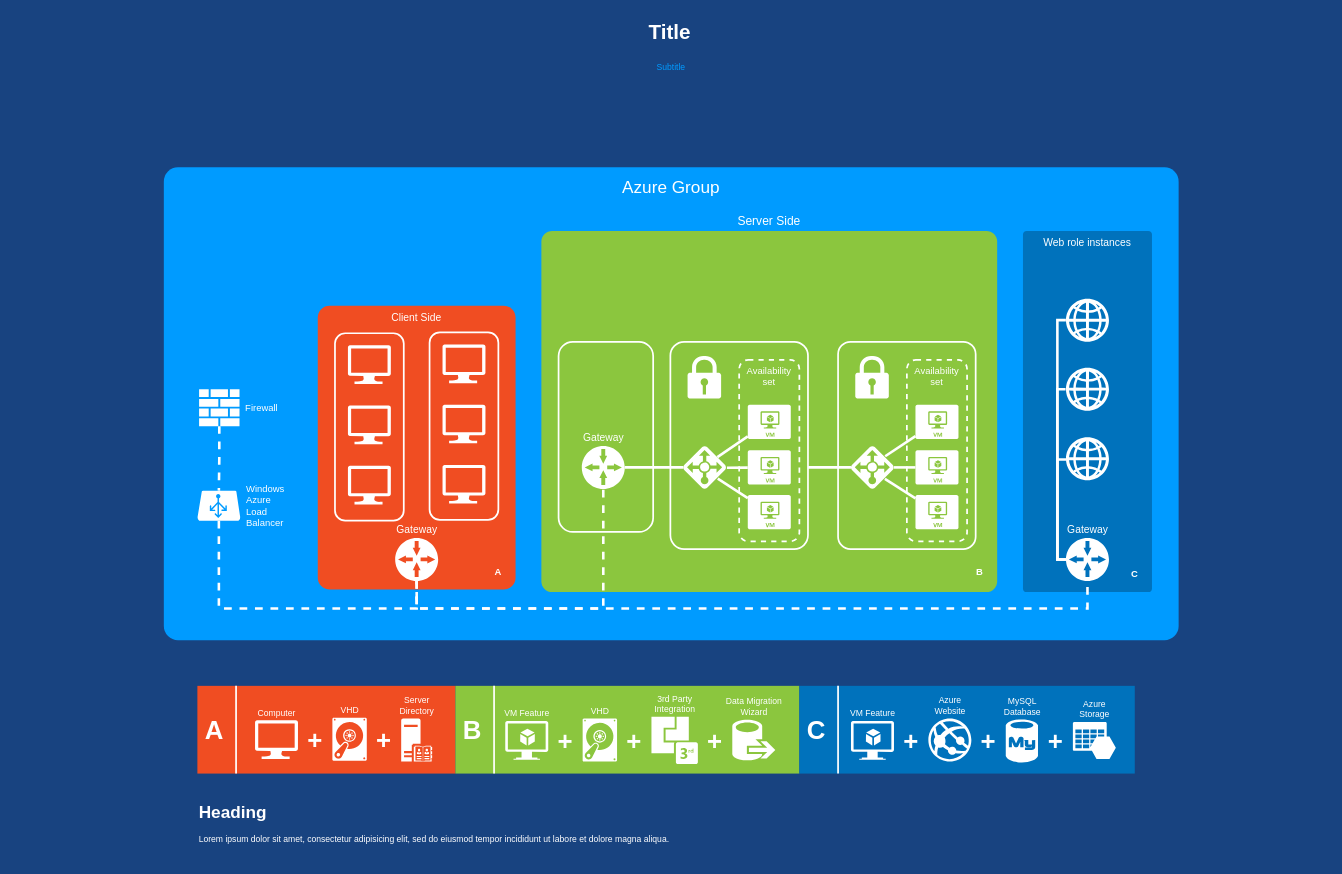
Above: JCB.drawio in superavesh/Diagrams (draw.io), before the change. Source tidied: cells renumbered, new cells numbered last; positions are measured from the earlier drawing's top-left corner, leaving out a move shared by most shapes. Both pictures are drawn from the tidied source at 86%, with x=0, y=0 at pixel (15, 15). Pictures stored in the file or linked from it are replaced by grey dashed boxes.
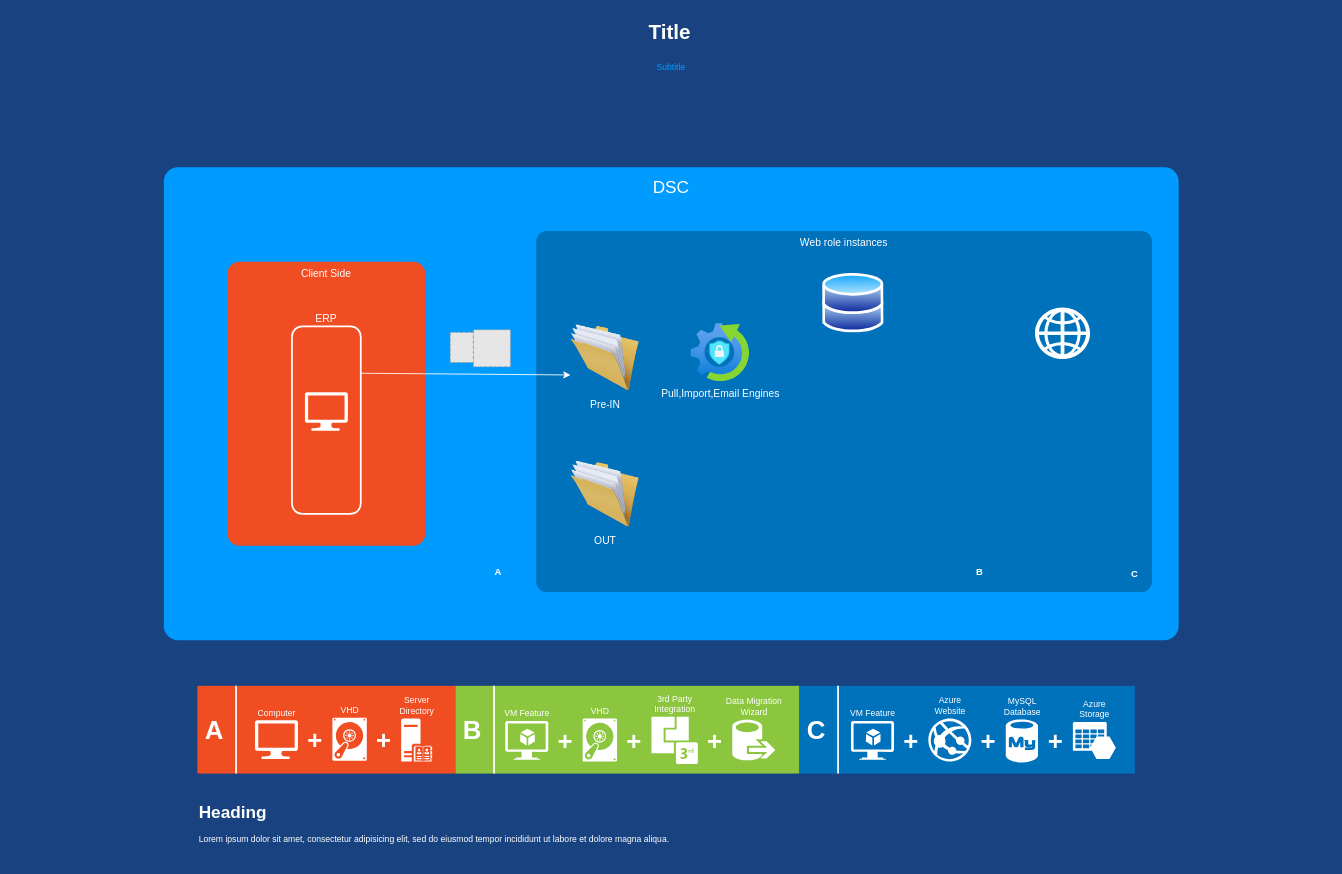
The same page after the edit.

What changed in the source:
```diff
@@
-    <mxCell id="2" value="Azure Group" style="whiteSpace=wrap;html=1;rounded=1;shadow=0;strokeColor=none;strokeWidth=2;fillColor=#009BFF;fontSize=20;fontColor=#FFFFFF;align=center;arcSize=3;verticalAlign=top;spacingTop=4;" parent="1" vertex="1">
+    <mxCell id="2" value="DSC" style="whiteSpace=wrap;html=1;rounded=1;shadow=0;strokeColor=none;strokeWidth=2;fillColor=#009BFF;fontSize=20;fontColor=#FFFFFF;align=center;arcSize=3;verticalAlign=top;spacingTop=4;" parent="1" vertex="1">
       <mxGeometry x="173" y="177" width="1180" height="550" as="geometry" />
     </mxCell>
     <mxCell id="3" value="Web role instances" style="rounded=1;whiteSpace=wrap;html=1;shadow=0;strokeWidth=2;fillColor=#0072BC;fontSize=12;fontColor=#FFFFFF;align=center;strokeColor=none;arcSize=3;verticalAlign=top;" parent="1" vertex="1">
-      <mxGeometry x="1172" y="251" width="150" height="420" as="geometry" />
+      <mxGeometry x="606" y="251" width="716" height="420" as="geometry" />
     </mxCell>
-    <mxCell id="4" value="Server Side" style="rounded=1;whiteSpace=wrap;html=1;shadow=0;strokeWidth=2;fillColor=#8BC63E;fontSize=14;fontColor=#ffffff;align=center;strokeColor=none;arcSize=3;labelPosition=center;verticalLabelPosition=top;verticalAlign=bottom;labelBackgroundColor=none;" parent="1" vertex="1">
-      <mxGeometry x="612" y="251" width="530" height="420" as="geometry" />
-    </mxCell>
-    <mxCell id="5" style="rounded=1;whiteSpace=wrap;html=1;shadow=0;strokeWidth=2;fillColor=none;fontSize=12;fontColor=#000000;align=center;strokeColor=#FFFFFF;arcSize=10;" parent="1" vertex="1">
-      <mxGeometry x="762" y="380" width="160" height="241" as="geometry" />
-    </mxCell>
-    <mxCell id="6" value="Availability set" style="rounded=1;whiteSpace=wrap;html=1;shadow=0;strokeWidth=2;fillColor=none;fontSize=11;fontColor=#FFFFFF;align=center;strokeColor=#FFFFFF;dashed=1;verticalAlign=top;" parent="1" vertex="1">
-      <mxGeometry x="842" y="401" width="70" height="211" as="geometry" />
-    </mxCell>
     <mxCell id="7" value="Client Side" style="rounded=1;whiteSpace=wrap;html=1;shadow=0;strokeWidth=2;fillColor=#F04D22;fontSize=12;fontColor=#FFFFFF;align=center;strokeColor=none;arcSize=6;verticalAlign=top;" parent="1" vertex="1">
-      <mxGeometry x="352" y="338" width="230" height="330" as="geometry" />
+      <mxGeometry x="247" y="287" width="230" height="330" as="geometry" />
     </mxCell>
-    <mxCell id="8" style="rounded=1;whiteSpace=wrap;html=1;shadow=0;strokeWidth=2;fillColor=none;fontSize=12;fontColor=#000000;align=center;strokeColor=#FFFFFF;" parent="1" vertex="1">
-      <mxGeometry x="372" y="370" width="80" height="218" as="geometry" />
-    </mxCell>
-    <mxCell id="9" style="rounded=1;whiteSpace=wrap;html=1;shadow=0;strokeWidth=2;fillColor=none;fontSize=12;fontColor=#000000;align=center;strokeColor=#FFFFFF;" parent="1" vertex="1">
-      <mxGeometry x="632" y="380" width="110" height="221" as="geometry" />
-    </mxCell>
-    <mxCell id="10" style="verticalLabelPosition=bottom;html=1;verticalAlign=top;strokeColor=none;fillColor=#FFFFFF;shape=mxgraph.azure.computer;rounded=0;shadow=0;fontSize=12;fontColor=#000000;align=center;" parent="1" vertex="1">
-      <mxGeometry x="387" y="384" width="50" height="45" as="geometry" />
-    </mxCell>
-    <mxCell id="11" style="verticalLabelPosition=bottom;html=1;verticalAlign=top;strokeColor=none;fillColor=#FFFFFF;shape=mxgraph.azure.computer;rounded=0;shadow=0;fontSize=12;fontColor=#000000;align=center;" parent="1" vertex="1">
-      <mxGeometry x="387" y="454" width="50" height="45" as="geometry" />
-    </mxCell>
-    <mxCell id="12" style="verticalLabelPosition=bottom;html=1;verticalAlign=top;strokeColor=none;fillColor=#FFFFFF;shape=mxgraph.azure.computer;rounded=0;shadow=0;fontSize=12;fontColor=#000000;align=center;" parent="1" vertex="1">
-      <mxGeometry x="387" y="524" width="50" height="45" as="geometry" />
-    </mxCell>
-    <mxCell id="13" style="html=1;startArrow=none;startFill=0;startSize=10;endArrow=none;endFill=0;endSize=10;strokeWidth=3;fontSize=11;fontColor=#FFFFFF;strokeColor=#FFFFFF;rounded=0;" parent="1" edge="1" source="14" target="16">
-      <mxGeometry relative="1" as="geometry" />
-    </mxCell>
-    <mxCell id="14" value="Gateway" style="shadow=0;dashed=0;html=1;strokeColor=none;shape=mxgraph.mscae.enterprise.gateway;fillColor=#FFFFFF;rounded=0;fontSize=12;fontColor=#FFFFFF;align=center;labelPosition=center;verticalLabelPosition=top;verticalAlign=bottom;" parent="1" vertex="1">
-      <mxGeometry x="659" y="501" width="50" height="50" as="geometry" />
-    </mxCell>
-    <mxCell id="15" style="shadow=0;dashed=0;html=1;strokeColor=none;shape=mxgraph.mscae.enterprise.lock;fillColor=#FFFFFF;rounded=0;fontSize=12;fontColor=#000000;align=center;" parent="1" vertex="1">
-      <mxGeometry x="782" y="396" width="39" height="50" as="geometry" />
-    </mxCell>
-    <mxCell id="16" style="shadow=0;dashed=0;html=1;strokeColor=none;labelPosition=center;verticalLabelPosition=bottom;verticalAlign=top;shape=mxgraph.mscae.cloud.azure_load_balancer_feature;fillColor=#FFFFFF;rounded=1;fontSize=12;fontColor=#000000;align=center;" parent="1" vertex="1">
-      <mxGeometry x="777" y="501" width="50" height="50" as="geometry" />
-    </mxCell>
-    <mxCell id="17" style="html=1;startArrow=none;startFill=0;startSize=10;endArrow=none;endFill=0;endSize=10;strokeWidth=3;fontSize=11;fontColor=#FFFFFF;entryX=0.793;entryY=0.26;entryPerimeter=0;strokeColor=#FFFFFF;rounded=0;" parent="1" edge="1" source="18" target="16">
-      <mxGeometry relative="1" as="geometry" />
-    </mxCell>
-    <mxCell id="18" style="verticalLabelPosition=bottom;html=1;verticalAlign=top;strokeColor=none;fillColor=#FFFFFF;shape=mxgraph.azure.virtual_machine;rounded=1;shadow=0;fontSize=12;fontColor=#000000;align=center;" parent="1" vertex="1">
-      <mxGeometry x="852" y="453" width="50" height="40" as="geometry" />
-    </mxCell>
-    <mxCell id="19" style="html=1;entryX=1.016;entryY=0.509;entryPerimeter=0;startArrow=none;startFill=0;startSize=10;endArrow=none;endFill=0;endSize=10;strokeWidth=3;fontSize=11;fontColor=#FFFFFF;strokeColor=#FFFFFF;rounded=0;" parent="1" edge="1" source="20" target="16">
-      <mxGeometry relative="1" as="geometry" />
-    </mxCell>
-    <mxCell id="20" style="verticalLabelPosition=bottom;html=1;verticalAlign=top;strokeColor=none;fillColor=#FFFFFF;shape=mxgraph.azure.virtual_machine;rounded=1;shadow=0;fontSize=12;fontColor=#000000;align=center;" parent="1" vertex="1">
-      <mxGeometry x="852" y="506" width="50" height="40" as="geometry" />
-    </mxCell>
-    <mxCell id="21" style="html=1;entryX=0.802;entryY=0.762;entryPerimeter=0;startArrow=none;startFill=0;startSize=10;endArrow=none;endFill=0;endSize=10;strokeWidth=3;fontSize=11;fontColor=#FFFFFF;strokeColor=#FFFFFF;rounded=0;" parent="1" edge="1" source="22" target="16">
-      <mxGeometry relative="1" as="geometry" />
-    </mxCell>
-    <mxCell id="22" style="verticalLabelPosition=bottom;html=1;verticalAlign=top;strokeColor=none;fillColor=#FFFFFF;shape=mxgraph.azure.virtual_machine;rounded=1;shadow=0;fontSize=12;fontColor=#000000;align=center;" parent="1" vertex="1">
-      <mxGeometry x="852" y="558" width="50" height="40" as="geometry" />
-    </mxCell>
-    <mxCell id="23" style="rounded=1;whiteSpace=wrap;html=1;shadow=0;strokeWidth=2;fillColor=none;fontSize=12;fontColor=#000000;align=center;strokeColor=#FFFFFF;" parent="1" vertex="1">
-      <mxGeometry x="482" y="369" width="80" height="218" as="geometry" />
+    <mxCell id="23" value="ERP" style="rounded=1;whiteSpace=wrap;html=1;shadow=0;strokeWidth=2;fillColor=none;fontSize=12;fontColor=#ffffff;align=center;strokeColor=#FFFFFF;labelPosition=center;verticalLabelPosition=top;verticalAlign=bottom;" parent="1" vertex="1">
+      <mxGeometry x="322" y="362" width="80" height="218" as="geometry" />
     </mxCell>
     <mxCell id="24" style="verticalLabelPosition=bottom;html=1;verticalAlign=top;strokeColor=none;fillColor=#FFFFFF;shape=mxgraph.azure.computer;rounded=0;shadow=0;fontSize=12;fontColor=#000000;align=center;" parent="1" vertex="1">
-      <mxGeometry x="497" y="383" width="50" height="45" as="geometry" />
+      <mxGeometry x="337" y="438.5" width="50" height="45" as="geometry" />
     </mxCell>
-    <mxCell id="25" style="verticalLabelPosition=bottom;html=1;verticalAlign=top;strokeColor=none;fillColor=#FFFFFF;shape=mxgraph.azure.computer;rounded=0;shadow=0;fontSize=12;fontColor=#000000;align=center;" parent="1" vertex="1">
-      <mxGeometry x="497" y="453" width="50" height="45" as="geometry" />
-    </mxCell>
-    <mxCell id="26" style="verticalLabelPosition=bottom;html=1;verticalAlign=top;strokeColor=none;fillColor=#FFFFFF;shape=mxgraph.azure.computer;rounded=0;shadow=0;fontSize=12;fontColor=#000000;align=center;" parent="1" vertex="1">
-      <mxGeometry x="497" y="523" width="50" height="45" as="geometry" />
-    </mxCell>
-    <mxCell id="27" style="edgeStyle=orthogonalEdgeStyle;html=1;startArrow=none;startFill=0;startSize=10;endArrow=none;endFill=0;endSize=10;strokeWidth=3;fontSize=11;fontColor=#FFFFFF;strokeColor=#FFFFFF;dashed=1;rounded=0;" parent="1" edge="1" source="28" target="14">
-      <mxGeometry relative="1" as="geometry">
-        <Array as="points">
-          <mxPoint x="467" y="690" />
-          <mxPoint x="684" y="690" />
-        </Array>
-      </mxGeometry>
-    </mxCell>
-    <mxCell id="28" value="Gateway" style="shadow=0;dashed=0;html=1;strokeColor=none;shape=mxgraph.mscae.enterprise.gateway;fillColor=#FFFFFF;rounded=0;fontSize=12;fontColor=#FFFFFF;align=center;labelPosition=center;verticalLabelPosition=top;verticalAlign=bottom;" parent="1" vertex="1">
-      <mxGeometry x="442" y="608" width="50" height="50" as="geometry" />
-    </mxCell>
-    <mxCell id="29" style="rounded=1;whiteSpace=wrap;html=1;shadow=0;strokeWidth=2;fillColor=none;fontSize=12;fontColor=#000000;align=center;strokeColor=#FFFFFF;arcSize=9;" parent="1" vertex="1">
-      <mxGeometry x="957" y="380" width="160" height="241" as="geometry" />
-    </mxCell>
-    <mxCell id="30" value="&lt;span&gt;Availability set&lt;/span&gt;" style="rounded=1;whiteSpace=wrap;html=1;shadow=0;strokeWidth=2;fillColor=none;fontSize=11;fontColor=#FFFFFF;align=center;strokeColor=#FFFFFF;dashed=1;verticalAlign=top;" parent="1" vertex="1">
-      <mxGeometry x="1037" y="401" width="70" height="211" as="geometry" />
-    </mxCell>
-    <mxCell id="31" style="shadow=0;dashed=0;html=1;strokeColor=none;shape=mxgraph.mscae.enterprise.lock;fillColor=#FFFFFF;rounded=0;fontSize=12;fontColor=#000000;align=center;" parent="1" vertex="1">
-      <mxGeometry x="977" y="396" width="39" height="50" as="geometry" />
-    </mxCell>
-    <mxCell id="32" style="html=1;startArrow=none;startFill=0;startSize=10;endArrow=none;endFill=0;endSize=10;strokeWidth=3;fontSize=11;fontColor=#FFFFFF;strokeColor=#FFFFFF;rounded=0;edgeStyle=elbowEdgeStyle;elbow=vertical;" parent="1" edge="1" source="36" target="5">
-      <mxGeometry relative="1" as="geometry" />
-    </mxCell>
-    <mxCell id="33" style="edgeStyle=orthogonalEdgeStyle;html=1;startArrow=none;startFill=0;startSize=10;endArrow=none;endFill=0;endSize=10;strokeWidth=3;fontSize=11;fontColor=#FFFFFF;strokeColor=#FFFFFF;rounded=0;" parent="1" edge="1" source="36" target="38">
-      <mxGeometry relative="1" as="geometry" />
-    </mxCell>
-    <mxCell id="34" style="html=1;startArrow=none;startFill=0;startSize=10;endArrow=none;endFill=0;endSize=10;strokeWidth=3;fontSize=11;fontColor=#FFFFFF;strokeColor=#FFFFFF;rounded=0;exitX=0.796;exitY=0.241;exitPerimeter=0;" parent="1" edge="1" source="36" target="37">
-      <mxGeometry relative="1" as="geometry" />
-    </mxCell>
-    <mxCell id="35" style="html=1;startArrow=none;startFill=0;startSize=10;endArrow=none;endFill=0;endSize=10;strokeWidth=3;fontSize=11;fontColor=#FFFFFF;strokeColor=#FFFFFF;rounded=0;exitX=0.789;exitY=0.767;exitPerimeter=0;" parent="1" edge="1" source="36" target="39">
-      <mxGeometry relative="1" as="geometry" />
-    </mxCell>
-    <mxCell id="36" style="shadow=0;dashed=0;html=1;strokeColor=none;labelPosition=center;verticalLabelPosition=bottom;verticalAlign=top;shape=mxgraph.mscae.cloud.azure_load_balancer_feature;fillColor=#FFFFFF;rounded=1;fontSize=12;fontColor=#000000;align=center;" parent="1" vertex="1">
-      <mxGeometry x="972" y="501" width="50" height="50" as="geometry" />
-    </mxCell>
-    <mxCell id="37" style="verticalLabelPosition=bottom;html=1;verticalAlign=top;strokeColor=none;fillColor=#FFFFFF;shape=mxgraph.azure.virtual_machine;rounded=1;shadow=0;fontSize=12;fontColor=#000000;align=center;" parent="1" vertex="1">
-      <mxGeometry x="1047" y="453" width="50" height="40" as="geometry" />
-    </mxCell>
-    <mxCell id="38" style="verticalLabelPosition=bottom;html=1;verticalAlign=top;strokeColor=none;fillColor=#FFFFFF;shape=mxgraph.azure.virtual_machine;rounded=1;shadow=0;fontSize=12;fontColor=#000000;align=center;" parent="1" vertex="1">
-      <mxGeometry x="1047" y="506" width="50" height="40" as="geometry" />
-    </mxCell>
-    <mxCell id="39" style="verticalLabelPosition=bottom;html=1;verticalAlign=top;strokeColor=none;fillColor=#FFFFFF;shape=mxgraph.azure.virtual_machine;rounded=1;shadow=0;fontSize=12;fontColor=#000000;align=center;" parent="1" vertex="1">
-      <mxGeometry x="1047" y="558" width="50" height="40" as="geometry" />
-    </mxCell>
-    <mxCell id="40" style="edgeStyle=orthogonalEdgeStyle;html=1;startArrow=none;startFill=0;startSize=10;endArrow=none;endFill=0;endSize=10;strokeWidth=3;fontSize=11;fontColor=#FFFFFF;strokeColor=#FFFFFF;dashed=1;rounded=0;" parent="1" edge="1" source="41" target="44">
-      <mxGeometry relative="1" as="geometry" />
-    </mxCell>
-    <mxCell id="41" value="Firewall" style="shadow=0;dashed=0;html=1;strokeColor=none;labelPosition=right;verticalLabelPosition=middle;verticalAlign=middle;shape=mxgraph.office.concepts.firewall;fillColor=#FFFFFF;rounded=1;fontSize=11;fontColor=#FFFFFF;align=left;spacingLeft=5;" parent="1" vertex="1">
-      <mxGeometry x="214" y="435" width="47" height="43" as="geometry" />
-    </mxCell>
-    <mxCell id="42" style="edgeStyle=orthogonalEdgeStyle;html=1;startArrow=none;startFill=0;startSize=10;endArrow=none;endFill=0;endSize=10;strokeWidth=3;fontSize=11;fontColor=#FFFFFF;strokeColor=#FFFFFF;dashed=1;rounded=0;" parent="1" edge="1" source="28" target="50">
-      <mxGeometry relative="1" as="geometry">
-        <Array as="points">
-          <mxPoint x="467" y="690" />
-          <mxPoint x="1247" y="690" />
-        </Array>
-      </mxGeometry>
-    </mxCell>
-    <mxCell id="43" style="edgeStyle=orthogonalEdgeStyle;html=1;startArrow=none;startFill=0;startSize=10;endArrow=none;endFill=0;endSize=10;strokeWidth=3;fontSize=11;fontColor=#FFFFFF;strokeColor=#FFFFFF;dashed=1;rounded=0;" parent="1" edge="1" source="44" target="28">
-      <mxGeometry relative="1" as="geometry">
-        <Array as="points">
-          <mxPoint x="237" y="690" />
-          <mxPoint x="467" y="690" />
-        </Array>
-      </mxGeometry>
-    </mxCell>
-    <mxCell id="44" value="Windows&lt;div&gt;Azure&lt;/div&gt;&lt;div&gt;Load&lt;/div&gt;&lt;div&gt;Balancer&lt;/div&gt;" style="verticalLabelPosition=middle;html=1;verticalAlign=middle;strokeColor=none;fillColor=#FFFFFF;shape=mxgraph.azure.azure_load_balancer;rounded=1;shadow=0;dashed=1;fontSize=11;fontColor=#FFFFFF;align=left;labelPosition=right;spacingLeft=5;" parent="1" vertex="1">
-      <mxGeometry x="212" y="553" width="50" height="35" as="geometry" />
-    </mxCell>
-    <mxCell id="45" style="shadow=0;dashed=0;html=1;strokeColor=none;shape=mxgraph.mscae.enterprise.web;fillColor=#FFFFFF;rounded=1;fontSize=11;fontColor=#FFFFFF;align=center;" parent="1" vertex="1">
-      <mxGeometry x="1222" y="491" width="50" height="50" as="geometry" />
-    </mxCell>
-    <mxCell id="46" style="shadow=0;dashed=0;html=1;strokeColor=none;shape=mxgraph.mscae.enterprise.web;fillColor=#FFFFFF;rounded=1;fontSize=11;fontColor=#FFFFFF;align=center;" parent="1" vertex="1">
-      <mxGeometry x="1222" y="410" width="50" height="50" as="geometry" />
-    </mxCell>
     <mxCell id="47" style="shadow=0;dashed=0;html=1;strokeColor=none;shape=mxgraph.mscae.enterprise.web;fillColor=#FFFFFF;rounded=1;fontSize=11;fontColor=#FFFFFF;align=center;" parent="1" vertex="1">
-      <mxGeometry x="1222" y="330" width="50" height="50" as="geometry" />
+      <mxGeometry x="1186" y="340" width="64" height="60" as="geometry" />
     </mxCell>
-    <mxCell id="48" style="edgeStyle=orthogonalEdgeStyle;rounded=0;elbow=vertical;html=1;startArrow=none;startFill=0;startSize=10;endArrow=none;endFill=0;endSize=10;strokeColor=#FFFFFF;strokeWidth=3;fontSize=20;fontColor=#FFFFFF;entryX=0.004;entryY=0.516;entryPerimeter=0;" parent="1" edge="1" source="50" target="45">
-      <mxGeometry relative="1" as="geometry">
-        <Array as="points">
-          <mxPoint x="1212" y="633" />
-          <mxPoint x="1212" y="517" />
-        </Array>
-      </mxGeometry>
-    </mxCell>
-    <mxCell id="49" style="edgeStyle=orthogonalEdgeStyle;rounded=0;elbow=vertical;html=1;entryX=-0.002;entryY=0.494;entryPerimeter=0;startArrow=none;startFill=0;startSize=10;endArrow=none;endFill=0;endSize=10;strokeColor=#FFFFFF;strokeWidth=3;fontSize=20;fontColor=#FFFFFF;" parent="1" edge="1" source="50" target="47">
-      <mxGeometry relative="1" as="geometry">
-        <Array as="points">
-          <mxPoint x="1212" y="633" />
-          <mxPoint x="1212" y="355" />
-        </Array>
-      </mxGeometry>
-    </mxCell>
-    <mxCell id="50" value="Gateway" style="shadow=0;dashed=0;html=1;strokeColor=none;shape=mxgraph.mscae.enterprise.gateway;fillColor=#FFFFFF;rounded=0;fontSize=12;fontColor=#FFFFFF;align=center;labelPosition=center;verticalLabelPosition=top;verticalAlign=bottom;" parent="1" vertex="1">
-      <mxGeometry x="1222" y="608" width="50" height="50" as="geometry" />
-    </mxCell>
@@
-    <mxCell id="85" style="edgeStyle=orthogonalEdgeStyle;rounded=0;elbow=vertical;html=1;startArrow=none;startFill=0;startSize=10;endArrow=none;endFill=0;endSize=10;strokeColor=#FFFFFF;strokeWidth=3;fontSize=20;fontColor=#FFFFFF;entryX=-0.009;entryY=0.502;entryPerimeter=0;" parent="1" edge="1" source="50" target="46">
-      <mxGeometry relative="1" as="geometry">
-        <Array as="points">
-          <mxPoint x="1212" y="633" />
-          <mxPoint x="1212" y="435" />
-        </Array>
-      </mxGeometry>
-    </mxCell>
+    <mxCell id="86" value="Pre-IN" style="image;html=1;image=img/lib/clip_art/general/Full_Folder_128x128.png;labelBackgroundColor=none;fontColor=#ffffff;" parent="1" vertex="1">
+      <mxGeometry x="646" y="358.5" width="80" height="80" as="geometry" />
+    </mxCell>
+    <mxCell id="87" value="OUT" style="image;html=1;image=img/lib/clip_art/general/Full_Folder_128x128.png;labelBackgroundColor=none;fontColor=#ffffff;" parent="1" vertex="1">
+      <mxGeometry x="646" y="517" width="80" height="80" as="geometry" />
+    </mxCell>
+    <mxCell id="88" style="fillColor=#E6E6E6;strokeColor=#999999;dashed=1;verticalLabelPosition=bottom;labelBackgroundColor=#ffffff;verticalAlign=top;" parent="1" vertex="1">
+      <mxGeometry x="506" y="369" width="27" height="35" as="geometry" />
+    </mxCell>
+    <mxCell id="89" style="fillColor=#E6E6E6;strokeColor=#999999;dashed=1;html=1;verticalAlign=top;verticalLabelPosition=bottom;labelBackgroundColor=#ffffff;" parent="1" vertex="1">
+      <mxGeometry x="533" y="366" width="43" height="43" as="geometry" />
+    </mxCell>
+    <mxCell id="90" style="endArrow=classic;html=1;rounded=0;fontColor=#ffffff;strokeColor=#ffffff;exitX=1;exitY=0.25;exitDx=0;exitDy=0;entryX=0;entryY=0.75;entryDx=0;entryDy=0;" parent="1" edge="1" source="23" target="86">
+      <mxGeometry relative="1" as="geometry" />
+    </mxCell>
+    <mxCell id="91" value="Pull,Import,Email Engines" style="image;html=1;align=center;fontSize=12;image=img/lib/azure2/iot/Windows10_Core_Services.svg;fontColor=#ffffff;labelBackgroundColor=none;" parent="1" vertex="1">
+      <mxGeometry x="786" y="358.5" width="68" height="68" as="geometry" />
+    </mxCell>
+    <mxCell id="92" style="image;perimeter=ellipsePerimeter;html=1;align=center;shadow=0;dashed=0;spacingTop=3;image=img/lib/active_directory/databases.svg;" parent="1" vertex="1">
+      <mxGeometry x="939" y="300" width="71.4" height="70" as="geometry" />
+    </mxCell>
```
